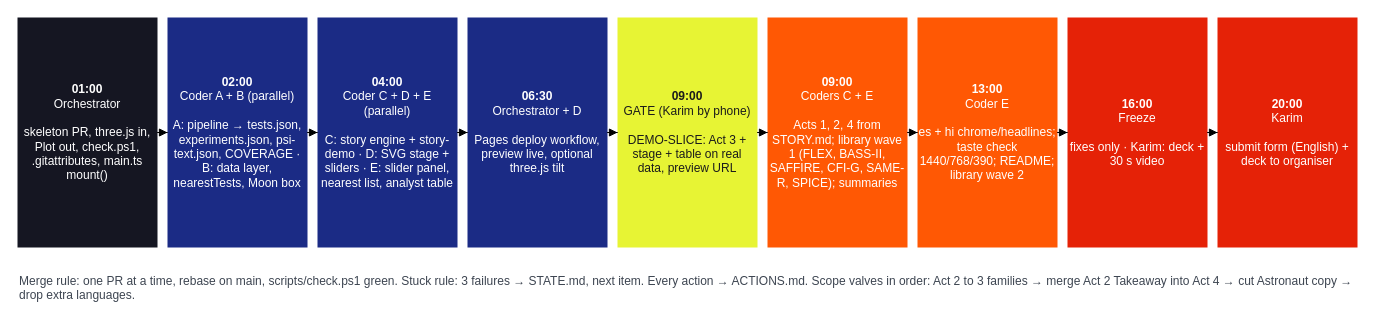
The draw.io diagram page "3 Build tasks" (3 of 4) of docs/structure.drawio in xKarimAm/flame-in-freefall, before the edit. Source tidied: cells renumbered, new cells numbered last; positions are measured from the earlier drawing's top-left corner, leaving out a move shared by most shapes. Both pictures are drawn from the tidied source at 100%, with x=0, y=0 at pixel (17, 17).
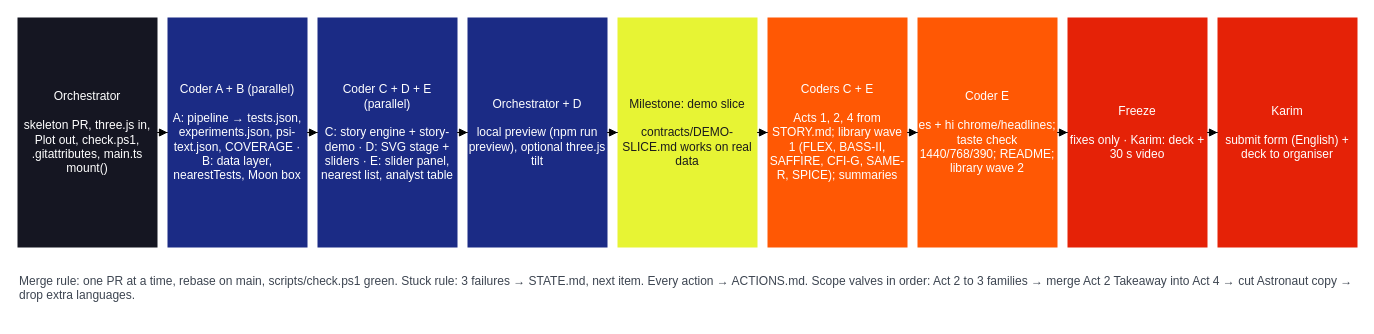
After the change.

Commit message (it also covers changes not shown here):
handover: approved plan as tasks (docs/plan.xml), repo stays private, diagram pages 3-4 as build tasks + development

Diff of the diagram source:
```diff
@@
 <mxGraphModel>
   <root>
     <mxCell id="0" />
     <mxCell id="1" parent="0" />
-    <mxCell id="2" value="&lt;b&gt;01:00&lt;/b&gt;&lt;br&gt;Orchestrator&lt;br&gt;&lt;br&gt;skeleton PR, three.js in, Plot out, check.ps1, .gitattributes, main.ts mount()" style="rounded=0;whiteSpace=wrap;html=1;fillColor=#151622;strokeColor=none;fontColor=#ffffff;" parent="1" vertex="1">
+    <mxCell id="2" value="Orchestrator&lt;br&gt;&lt;br&gt;skeleton PR, three.js in, Plot out, check.ps1, .gitattributes, main.ts mount()" style="rounded=0;whiteSpace=wrap;html=1;fillColor=#151622;strokeColor=none;fontColor=#ffffff;" parent="1" vertex="1">
       <mxGeometry width="140" height="230" as="geometry" />
     </mxCell>
-    <mxCell id="3" value="&lt;b&gt;02:00&lt;/b&gt;&lt;br&gt;Coder A + B (parallel)&lt;br&gt;&lt;br&gt;A: pipeline → tests.json, experiments.json, psi-text.json, COVERAGE · B: data layer, nearestTests, Moon box" style="rounded=0;whiteSpace=wrap;html=1;fillColor=#1b2b85;strokeColor=none;fontColor=#ffffff;" parent="1" vertex="1">
+    <mxCell id="3" value="Coder A + B (parallel)&lt;br&gt;&lt;br&gt;A: pipeline → tests.json, experiments.json, psi-text.json, COVERAGE · B: data layer, nearestTests, Moon box" style="rounded=0;whiteSpace=wrap;html=1;fillColor=#1b2b85;strokeColor=none;fontColor=#ffffff;" parent="1" vertex="1">
       <mxGeometry x="150" width="140" height="230" as="geometry" />
     </mxCell>
     <mxCell id="4" style="edgeStyle=orthogonalEdgeStyle;rounded=0;html=1;endArrow=block;fontSize=10;" parent="1" edge="1" source="2" target="3">
       <mxGeometry relative="1" as="geometry" />
     </mxCell>
-    <mxCell id="5" value="&lt;b&gt;04:00&lt;/b&gt;&lt;br&gt;Coder C + D + E (parallel)&lt;br&gt;&lt;br&gt;C: story engine + story-demo · D: SVG stage + sliders · E: slider panel, nearest list, analyst table" style="rounded=0;whiteSpace=wrap;html=1;fillColor=#1b2b85;strokeColor=none;fontColor=#ffffff;" parent="1" vertex="1">
+    <mxCell id="5" value="Coder C + D + E (parallel)&lt;br&gt;&lt;br&gt;C: story engine + story-demo · D: SVG stage + sliders · E: slider panel, nearest list, analyst table" style="rounded=0;whiteSpace=wrap;html=1;fillColor=#1b2b85;strokeColor=none;fontColor=#ffffff;" parent="1" vertex="1">
       <mxGeometry x="300" width="140" height="230" as="geometry" />
     </mxCell>
     <mxCell id="6" style="edgeStyle=orthogonalEdgeStyle;rounded=0;html=1;endArrow=block;fontSize=10;" parent="1" edge="1" source="3" target="5">
       <mxGeometry relative="1" as="geometry" />
     </mxCell>
-    <mxCell id="7" value="&lt;b&gt;06:30&lt;/b&gt;&lt;br&gt;Orchestrator + D&lt;br&gt;&lt;br&gt;Pages deploy workflow, preview live, optional three.js tilt" style="rounded=0;whiteSpace=wrap;html=1;fillColor=#1b2b85;strokeColor=none;fontColor=#ffffff;" parent="1" vertex="1">
+    <mxCell id="7" value="Orchestrator + D&lt;br&gt;&lt;br&gt;local preview (npm run preview), optional three.js tilt" style="rounded=0;whiteSpace=wrap;html=1;fillColor=#1b2b85;strokeColor=none;fontColor=#ffffff;" parent="1" vertex="1">
       <mxGeometry x="450" width="140" height="230" as="geometry" />
     </mxCell>
     <mxCell id="8" style="edgeStyle=orthogonalEdgeStyle;rounded=0;html=1;endArrow=block;fontSize=10;" parent="1" edge="1" source="5" target="7">
       <mxGeometry relative="1" as="geometry" />
     </mxCell>
-    <mxCell id="9" value="&lt;b&gt;09:00&lt;/b&gt;&lt;br&gt;GATE (Karim by phone)&lt;br&gt;&lt;br&gt;DEMO-SLICE: Act 3 + stage + table on real data, preview URL" style="rounded=0;whiteSpace=wrap;html=1;fillColor=#e7f434;strokeColor=none;fontColor=#1b1b1b;" parent="1" vertex="1">
+    <mxCell id="9" value="Milestone: demo slice&lt;br&gt;&lt;br&gt;contracts/DEMO-SLICE.md works on real data" style="rounded=0;whiteSpace=wrap;html=1;fillColor=#e7f434;strokeColor=none;fontColor=#1b1b1b;" parent="1" vertex="1">
       <mxGeometry x="600" width="140" height="230" as="geometry" />
     </mxCell>
     <mxCell id="10" style="edgeStyle=orthogonalEdgeStyle;rounded=0;html=1;endArrow=block;fontSize=10;" parent="1" edge="1" source="7" target="9">
       <mxGeometry relative="1" as="geometry" />
     </mxCell>
-    <mxCell id="11" value="&lt;b&gt;09:00&lt;/b&gt;&lt;br&gt;Coders C + E&lt;br&gt;&lt;br&gt;Acts 1, 2, 4 from STORY.md; library wave 1 (FLEX, BASS-II, SAFFIRE, CFI-G, SAME-R, SPICE); summaries" style="rounded=0;whiteSpace=wrap;html=1;fillColor=#ff5804;strokeColor=none;fontColor=#ffffff;" parent="1" vertex="1">
+    <mxCell id="11" value="Coders C + E&lt;br&gt;&lt;br&gt;Acts 1, 2, 4 from STORY.md; library wave 1 (FLEX, BASS-II, SAFFIRE, CFI-G, SAME-R, SPICE); summaries" style="rounded=0;whiteSpace=wrap;html=1;fillColor=#ff5804;strokeColor=none;fontColor=#ffffff;" parent="1" vertex="1">
       <mxGeometry x="750" width="140" height="230" as="geometry" />
     </mxCell>
     <mxCell id="12" style="edgeStyle=orthogonalEdgeStyle;rounded=0;html=1;endArrow=block;fontSize=10;" parent="1" edge="1" source="9" target="11">
       <mxGeometry relative="1" as="geometry" />
     </mxCell>
-    <mxCell id="13" value="&lt;b&gt;13:00&lt;/b&gt;&lt;br&gt;Coder E&lt;br&gt;&lt;br&gt;es + hi chrome/headlines; taste check 1440/768/390; README; library wave 2" style="rounded=0;whiteSpace=wrap;html=1;fillColor=#ff5804;strokeColor=none;fontColor=#ffffff;" parent="1" vertex="1">
+    <mxCell id="13" value="Coder E&lt;br&gt;&lt;br&gt;es + hi chrome/headlines; taste check 1440/768/390; README; library wave 2" style="rounded=0;whiteSpace=wrap;html=1;fillColor=#ff5804;strokeColor=none;fontColor=#ffffff;" parent="1" vertex="1">
       <mxGeometry x="900" width="140" height="230" as="geometry" />
     </mxCell>
     <mxCell id="14" style="edgeStyle=orthogonalEdgeStyle;rounded=0;html=1;endArrow=block;fontSize=10;" parent="1" edge="1" source="11" target="13">
       <mxGeometry relative="1" as="geometry" />
     </mxCell>
-    <mxCell id="15" value="&lt;b&gt;16:00&lt;/b&gt;&lt;br&gt;Freeze&lt;br&gt;&lt;br&gt;fixes only · Karim: deck + 30 s video" style="rounded=0;whiteSpace=wrap;html=1;fillColor=#e52207;strokeColor=none;fontColor=#ffffff;" parent="1" vertex="1">
+    <mxCell id="15" value="Freeze&lt;br&gt;&lt;br&gt;fixes only · Karim: deck + 30 s video" style="rounded=0;whiteSpace=wrap;html=1;fillColor=#e52207;strokeColor=none;fontColor=#ffffff;" parent="1" vertex="1">
       <mxGeometry x="1050" width="140" height="230" as="geometry" />
     </mxCell>
     <mxCell id="16" style="edgeStyle=orthogonalEdgeStyle;rounded=0;html=1;endArrow=block;fontSize=10;" parent="1" edge="1" source="13" target="15">
       <mxGeometry relative="1" as="geometry" />
     </mxCell>
-    <mxCell id="17" value="&lt;b&gt;20:00&lt;/b&gt;&lt;br&gt;Karim&lt;br&gt;&lt;br&gt;submit form (English) + deck to organiser" style="rounded=0;whiteSpace=wrap;html=1;fillColor=#e52207;strokeColor=none;fontColor=#ffffff;" parent="1" vertex="1">
+    <mxCell id="17" value="Karim&lt;br&gt;&lt;br&gt;submit form (English) + deck to organiser" style="rounded=0;whiteSpace=wrap;html=1;fillColor=#e52207;strokeColor=none;fontColor=#ffffff;" parent="1" vertex="1">
       <mxGeometry x="1200" width="140" height="230" as="geometry" />
     </mxCell>
     <mxCell id="18" style="edgeStyle=orthogonalEdgeStyle;rounded=0;html=1;endArrow=block;fontSize=10;" parent="1" edge="1" source="15" target="17">
       <mxGeometry relative="1" as="geometry" />
     </mxCell>
     <mxCell id="19" value="Merge rule: one PR at a time, rebase on main, scripts/check.ps1 green. Stuck rule: 3 failures → STATE.md, next item. Every action → ACTIONS.md. Scope valves in order: Act 2 to 3 families → merge Act 2 Takeaway into Act 4 → cut Astronaut copy → drop extra languages." style="text;html=1;align=left;verticalAlign=top;whiteSpace=wrap;fontColor=#3d4551;" parent="1" vertex="1">
       <mxGeometry y="250" width="1340" height="50" as="geometry" />
     </mxCell>
   </root>
 </mxGraphModel>
```
